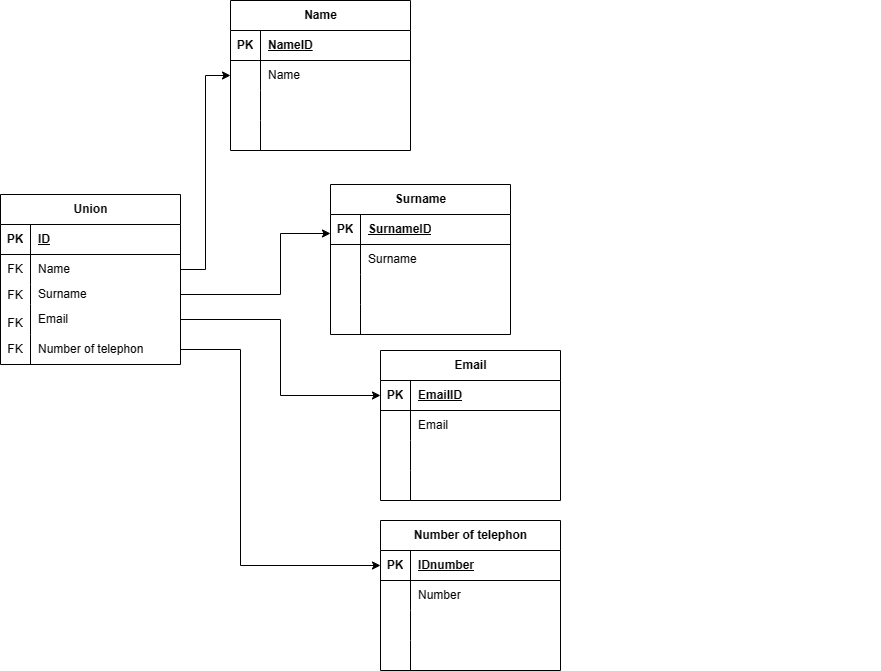
Earlier version of the draw.io export Clients.png (IosifStatham/BD_clients). Source tidied: cells renumbered, new cells last; positions are measured from the earlier drawing's top-left corner, leaving out a move shared by most shapes.
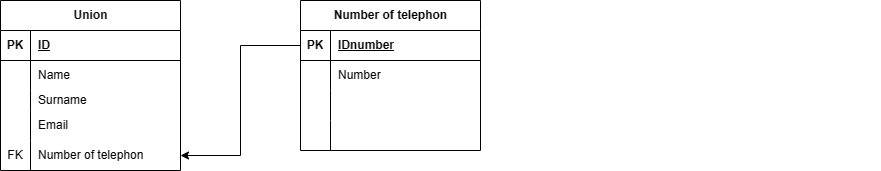
Later version of the same file.

The edit, as a diff of the source:
```diff
@@ -2,125 +2,8 @@
   <root>
     <mxCell id="0" />
     <mxCell id="1" parent="0" />
-    <mxCell id="2" value="Name" style="shape=table;startSize=30;rowLines=0;fontStyle=1;align=center;html=1;" parent="1" vertex="1">
-      <mxGeometry x="230" width="180" height="150" as="geometry" />
-    </mxCell>
-    <mxCell id="3" style="shape=tableRow;horizontal=0;startSize=0;swimlaneHead=0;swimlaneBody=0;fillColor=none;top=0;left=0;right=0;bottom=1;" parent="2" vertex="1">
-      <mxGeometry y="30" width="180" height="30" as="geometry" />
-    </mxCell>
-    <mxCell id="4" value="PK" style="shape=partialRectangle;fillColor=none;top=0;left=0;bottom=0;right=0;fontStyle=1;overflow=hidden;whiteSpace=wrap;html=1;" parent="3" vertex="1">
-      <mxGeometry width="30" height="30" as="geometry" />
-    </mxCell>
-    <mxCell id="5" value="NameID" style="shape=partialRectangle;fillColor=none;top=0;left=0;bottom=0;right=0;align=left;spacingLeft=6;fontStyle=5;overflow=hidden;whiteSpace=wrap;html=1;" parent="3" vertex="1">
-      <mxGeometry x="30" width="150" height="30" as="geometry" />
-    </mxCell>
-    <mxCell id="6" style="shape=tableRow;horizontal=0;startSize=0;swimlaneHead=0;swimlaneBody=0;fillColor=none;points=[[0,0.5],[1,0.5]];portConstraint=eastwest;top=0;left=0;right=0;bottom=0;" parent="2" vertex="1">
-      <mxGeometry y="60" width="180" height="30" as="geometry" />
-    </mxCell>
-    <mxCell id="7" style="shape=partialRectangle;fillColor=none;top=0;left=0;bottom=0;right=0;overflow=hidden;whiteSpace=wrap;html=1;" parent="6" vertex="1">
-      <mxGeometry width="30" height="30" as="geometry" />
-    </mxCell>
-    <mxCell id="8" value="Name" style="shape=partialRectangle;fillColor=none;top=0;left=0;bottom=0;right=0;align=left;spacingLeft=6;overflow=hidden;whiteSpace=wrap;html=1;" parent="6" vertex="1">
-      <mxGeometry x="30" width="150" height="30" as="geometry" />
-    </mxCell>
-    <mxCell id="9" style="shape=tableRow;horizontal=0;startSize=0;swimlaneHead=0;swimlaneBody=0;fillColor=none;top=0;left=0;right=0;bottom=0;" parent="2" vertex="1">
-      <mxGeometry y="90" width="180" height="30" as="geometry" />
-    </mxCell>
-    <mxCell id="10" style="shape=partialRectangle;fillColor=none;top=0;left=0;bottom=0;right=0;overflow=hidden;whiteSpace=wrap;html=1;" parent="9" vertex="1">
-      <mxGeometry width="30" height="30" as="geometry" />
-    </mxCell>
-    <mxCell id="11" style="shape=partialRectangle;fillColor=none;top=0;left=0;bottom=0;right=0;align=left;spacingLeft=6;overflow=hidden;whiteSpace=wrap;html=1;" parent="9" vertex="1">
-      <mxGeometry x="30" width="150" height="30" as="geometry" />
-    </mxCell>
-    <mxCell id="12" style="shape=tableRow;horizontal=0;startSize=0;swimlaneHead=0;swimlaneBody=0;fillColor=none;top=0;left=0;right=0;bottom=0;" parent="2" vertex="1">
-      <mxGeometry y="120" width="180" height="30" as="geometry" />
-    </mxCell>
-    <mxCell id="13" style="shape=partialRectangle;fillColor=none;top=0;left=0;bottom=0;right=0;overflow=hidden;whiteSpace=wrap;html=1;" parent="12" vertex="1">
-      <mxGeometry width="30" height="30" as="geometry" />
-    </mxCell>
-    <mxCell id="14" style="shape=partialRectangle;fillColor=none;top=0;left=0;bottom=0;right=0;align=left;spacingLeft=6;overflow=hidden;whiteSpace=wrap;html=1;" parent="12" vertex="1">
-      <mxGeometry x="30" width="150" height="30" as="geometry" />
-    </mxCell>
-    <mxCell id="15" value="Surname" style="shape=table;startSize=30;rowLines=0;fontStyle=1;align=center;html=1;" parent="1" vertex="1">
-      <mxGeometry x="330" y="184" width="180" height="150" as="geometry" />
-    </mxCell>
-    <mxCell id="16" style="shape=tableRow;horizontal=0;startSize=0;swimlaneHead=0;swimlaneBody=0;fillColor=none;points=[[0,0.5],[1,0.5]];portConstraint=eastwest;top=0;left=0;right=0;bottom=1;" parent="15" vertex="1">
-      <mxGeometry y="30" width="180" height="30" as="geometry" />
-    </mxCell>
-    <mxCell id="17" value="PK" style="shape=partialRectangle;fillColor=none;top=0;left=0;bottom=0;right=0;fontStyle=1;overflow=hidden;whiteSpace=wrap;html=1;" parent="16" vertex="1">
-      <mxGeometry width="30" height="30" as="geometry" />
-    </mxCell>
-    <mxCell id="18" value="SurnameID" style="shape=partialRectangle;fillColor=none;top=0;left=0;bottom=0;right=0;align=left;spacingLeft=6;fontStyle=5;overflow=hidden;whiteSpace=wrap;html=1;" parent="16" vertex="1">
-      <mxGeometry x="30" width="150" height="30" as="geometry" />
-    </mxCell>
-    <mxCell id="19" style="shape=tableRow;horizontal=0;startSize=0;swimlaneHead=0;swimlaneBody=0;fillColor=none;top=0;left=0;right=0;bottom=0;" parent="15" vertex="1">
-      <mxGeometry y="60" width="180" height="30" as="geometry" />
-    </mxCell>
-    <mxCell id="20" style="shape=partialRectangle;fillColor=none;top=0;left=0;bottom=0;right=0;overflow=hidden;whiteSpace=wrap;html=1;" parent="19" vertex="1">
-      <mxGeometry width="30" height="30" as="geometry" />
-    </mxCell>
-    <mxCell id="21" value="Surname" style="shape=partialRectangle;fillColor=none;top=0;left=0;bottom=0;right=0;align=left;spacingLeft=6;overflow=hidden;whiteSpace=wrap;html=1;" parent="19" vertex="1">
-      <mxGeometry x="30" width="150" height="30" as="geometry" />
-    </mxCell>
-    <mxCell id="22" style="shape=tableRow;horizontal=0;startSize=0;swimlaneHead=0;swimlaneBody=0;fillColor=none;top=0;left=0;right=0;bottom=0;" parent="15" vertex="1">
-      <mxGeometry y="90" width="180" height="30" as="geometry" />
-    </mxCell>
-    <mxCell id="23" style="shape=partialRectangle;fillColor=none;top=0;left=0;bottom=0;right=0;overflow=hidden;whiteSpace=wrap;html=1;" parent="22" vertex="1">
-      <mxGeometry width="30" height="30" as="geometry" />
-    </mxCell>
-    <mxCell id="24" style="shape=partialRectangle;fillColor=none;top=0;left=0;bottom=0;right=0;align=left;spacingLeft=6;overflow=hidden;whiteSpace=wrap;html=1;" parent="22" vertex="1">
-      <mxGeometry x="30" width="150" height="30" as="geometry" />
-    </mxCell>
-    <mxCell id="25" style="shape=tableRow;horizontal=0;startSize=0;swimlaneHead=0;swimlaneBody=0;fillColor=none;top=0;left=0;right=0;bottom=0;" parent="15" vertex="1">
-      <mxGeometry y="120" width="180" height="30" as="geometry" />
-    </mxCell>
-    <mxCell id="26" style="shape=partialRectangle;fillColor=none;top=0;left=0;bottom=0;right=0;overflow=hidden;whiteSpace=wrap;html=1;" parent="25" vertex="1">
-      <mxGeometry width="30" height="30" as="geometry" />
-    </mxCell>
-    <mxCell id="27" style="shape=partialRectangle;fillColor=none;top=0;left=0;bottom=0;right=0;align=left;spacingLeft=6;overflow=hidden;whiteSpace=wrap;html=1;" parent="25" vertex="1">
-      <mxGeometry x="30" width="150" height="30" as="geometry" />
-    </mxCell>
-    <mxCell id="28" value="Email" style="shape=table;startSize=30;rowLines=0;fontStyle=1;align=center;html=1;" parent="1" vertex="1">
-      <mxGeometry x="380" y="350" width="180" height="150" as="geometry" />
-    </mxCell>
-    <mxCell id="29" style="shape=tableRow;horizontal=0;startSize=0;swimlaneHead=0;swimlaneBody=0;fillColor=none;points=[[0,0.5],[1,0.5]];portConstraint=eastwest;top=0;left=0;right=0;bottom=1;" parent="28" vertex="1">
-      <mxGeometry y="30" width="180" height="30" as="geometry" />
-    </mxCell>
-    <mxCell id="30" value="PK" style="shape=partialRectangle;fillColor=none;top=0;left=0;bottom=0;right=0;fontStyle=1;overflow=hidden;whiteSpace=wrap;html=1;" parent="29" vertex="1">
-      <mxGeometry width="30" height="30" as="geometry" />
-    </mxCell>
-    <mxCell id="31" value="EmailID" style="shape=partialRectangle;fillColor=none;top=0;left=0;bottom=0;right=0;align=left;spacingLeft=6;fontStyle=5;overflow=hidden;whiteSpace=wrap;html=1;" parent="29" vertex="1">
-      <mxGeometry x="30" width="150" height="30" as="geometry" />
-    </mxCell>
-    <mxCell id="32" style="shape=tableRow;horizontal=0;startSize=0;swimlaneHead=0;swimlaneBody=0;fillColor=none;top=0;left=0;right=0;bottom=0;" parent="28" vertex="1">
-      <mxGeometry y="60" width="180" height="30" as="geometry" />
-    </mxCell>
-    <mxCell id="33" style="shape=partialRectangle;fillColor=none;top=0;left=0;bottom=0;right=0;overflow=hidden;whiteSpace=wrap;html=1;" parent="32" vertex="1">
-      <mxGeometry width="30" height="30" as="geometry" />
-    </mxCell>
-    <mxCell id="34" value="Email" style="shape=partialRectangle;fillColor=none;top=0;left=0;bottom=0;right=0;align=left;spacingLeft=6;overflow=hidden;whiteSpace=wrap;html=1;" parent="32" vertex="1">
-      <mxGeometry x="30" width="150" height="30" as="geometry" />
-    </mxCell>
-    <mxCell id="35" style="shape=tableRow;horizontal=0;startSize=0;swimlaneHead=0;swimlaneBody=0;fillColor=none;top=0;left=0;right=0;bottom=0;" parent="28" vertex="1">
-      <mxGeometry y="90" width="180" height="30" as="geometry" />
-    </mxCell>
-    <mxCell id="36" style="shape=partialRectangle;fillColor=none;top=0;left=0;bottom=0;right=0;overflow=hidden;whiteSpace=wrap;html=1;" parent="35" vertex="1">
-      <mxGeometry width="30" height="30" as="geometry" />
-    </mxCell>
-    <mxCell id="37" style="shape=partialRectangle;fillColor=none;top=0;left=0;bottom=0;right=0;align=left;spacingLeft=6;overflow=hidden;whiteSpace=wrap;html=1;" parent="35" vertex="1">
-      <mxGeometry x="30" width="150" height="30" as="geometry" />
-    </mxCell>
-    <mxCell id="38" style="shape=tableRow;horizontal=0;startSize=0;swimlaneHead=0;swimlaneBody=0;fillColor=none;top=0;left=0;right=0;bottom=0;" parent="28" vertex="1">
-      <mxGeometry y="120" width="180" height="30" as="geometry" />
-    </mxCell>
-    <mxCell id="39" style="shape=partialRectangle;fillColor=none;top=0;left=0;bottom=0;right=0;overflow=hidden;whiteSpace=wrap;html=1;" parent="38" vertex="1">
-      <mxGeometry width="30" height="30" as="geometry" />
-    </mxCell>
-    <mxCell id="40" style="shape=partialRectangle;fillColor=none;top=0;left=0;bottom=0;right=0;align=left;spacingLeft=6;overflow=hidden;whiteSpace=wrap;html=1;" parent="38" vertex="1">
-      <mxGeometry x="30" width="150" height="30" as="geometry" />
-    </mxCell>
     <mxCell id="41" value="Number of telephon" style="shape=table;startSize=30;rowLines=0;fontStyle=1;align=center;html=1;" parent="1" vertex="1">
-      <mxGeometry x="380" y="520" width="180" height="150" as="geometry" />
+      <mxGeometry x="300" y="194" width="180" height="150" as="geometry" />
     </mxCell>
     <mxCell id="42" style="shape=tableRow;horizontal=0;startSize=0;swimlaneHead=0;swimlaneBody=0;fillColor=none;points=[[0,0.5],[1,0.5]];portConstraint=eastwest;top=0;left=0;right=0;bottom=1;" parent="41" vertex="1">
       <mxGeometry y="30" width="180" height="30" as="geometry" />
@@ -179,7 +62,7 @@
     <mxCell id="60" style="shape=tableRow;horizontal=0;startSize=0;swimlaneHead=0;swimlaneBody=0;fillColor=none;points=[[0,0.5],[1,0.5]];portConstraint=eastwest;top=0;left=0;right=0;bottom=0;" parent="56" vertex="1">
       <mxGeometry y="60" width="180" height="30" as="geometry" />
     </mxCell>
-    <mxCell id="61" value="FK" style="shape=partialRectangle;fillColor=none;top=0;left=0;bottom=0;right=0;overflow=hidden;whiteSpace=wrap;html=1;" parent="60" vertex="1">
+    <mxCell id="61" style="shape=partialRectangle;fillColor=none;top=0;left=0;bottom=0;right=0;overflow=hidden;whiteSpace=wrap;html=1;" parent="60" vertex="1">
       <mxGeometry width="30" height="30" as="geometry" />
     </mxCell>
     <mxCell id="62" value="Name" style="shape=partialRectangle;fillColor=none;top=0;left=0;bottom=0;right=0;align=left;spacingLeft=6;overflow=hidden;whiteSpace=wrap;html=1;" parent="60" vertex="1">
@@ -212,36 +95,11 @@
     <mxCell id="71" value="Number of telephon" style="shape=partialRectangle;fillColor=none;top=0;left=0;bottom=0;right=0;align=left;spacingLeft=6;overflow=hidden;whiteSpace=wrap;html=1;" parent="69" vertex="1">
       <mxGeometry x="30" width="150" height="30" as="geometry" />
     </mxCell>
-    <mxCell id="72" value="FK" style="shape=partialRectangle;fillColor=none;top=0;left=0;bottom=0;right=0;overflow=hidden;whiteSpace=wrap;html=1;" parent="1" vertex="1">
-      <mxGeometry y="280" width="30" height="30" as="geometry" />
-    </mxCell>
-    <mxCell id="73" value="FK" style="shape=partialRectangle;fillColor=none;top=0;left=0;bottom=0;right=0;overflow=hidden;whiteSpace=wrap;html=1;" parent="1" vertex="1">
-      <mxGeometry y="308" width="30" height="30" as="geometry" />
-    </mxCell>
     <mxCell id="74" value="FK" style="shape=partialRectangle;fillColor=none;top=0;left=0;bottom=0;right=0;overflow=hidden;whiteSpace=wrap;html=1;" parent="1" vertex="1">
       <mxGeometry y="334" width="30" height="30" as="geometry" />
     </mxCell>
-    <mxCell id="75" style="edgeStyle=orthogonalEdgeStyle;rounded=0;jettySize=auto;html=1;exitX=1;exitY=0.5;exitDx=0;exitDy=0;entryX=0;entryY=0.5;entryDx=0;entryDy=0;" parent="1" edge="1" source="60" target="6">
-      <mxGeometry relative="1" as="geometry" />
-    </mxCell>
-    <mxCell id="76" style="edgeStyle=orthogonalEdgeStyle;rounded=0;jettySize=auto;html=1;entryX=0;entryY=0.5;entryDx=0;entryDy=0;" parent="1" edge="1" source="66" target="29">
-      <mxGeometry relative="1" as="geometry" />
-    </mxCell>
-    <mxCell id="77" style="edgeStyle=orthogonalEdgeStyle;rounded=0;jettySize=auto;html=1;" parent="1" edge="1" source="63" target="16">
-      <mxGeometry relative="1" as="geometry">
-        <Array as="points">
-          <mxPoint x="280" y="294" />
-          <mxPoint x="280" y="233" />
-        </Array>
-      </mxGeometry>
-    </mxCell>
-    <mxCell id="78" style="edgeStyle=orthogonalEdgeStyle;rounded=0;jettySize=auto;html=1;" parent="1" edge="1" source="69" target="42">
-      <mxGeometry relative="1" as="geometry">
-        <Array as="points">
-          <mxPoint x="240" y="349" />
-          <mxPoint x="240" y="565" />
-        </Array>
-      </mxGeometry>
-    </mxCell>
+    <mxCell id="79" style="edgeStyle=orthogonalEdgeStyle;rounded=0;jettySize=auto;html=1;exitX=0;exitY=0.5;exitDx=0;exitDy=0;entryX=1;entryY=0.5;entryDx=0;entryDy=0;" parent="1" edge="1" source="42" target="69">
+      <mxGeometry relative="1" as="geometry" />
+    </mxCell>
   </root>
 </mxGraphModel>
```
